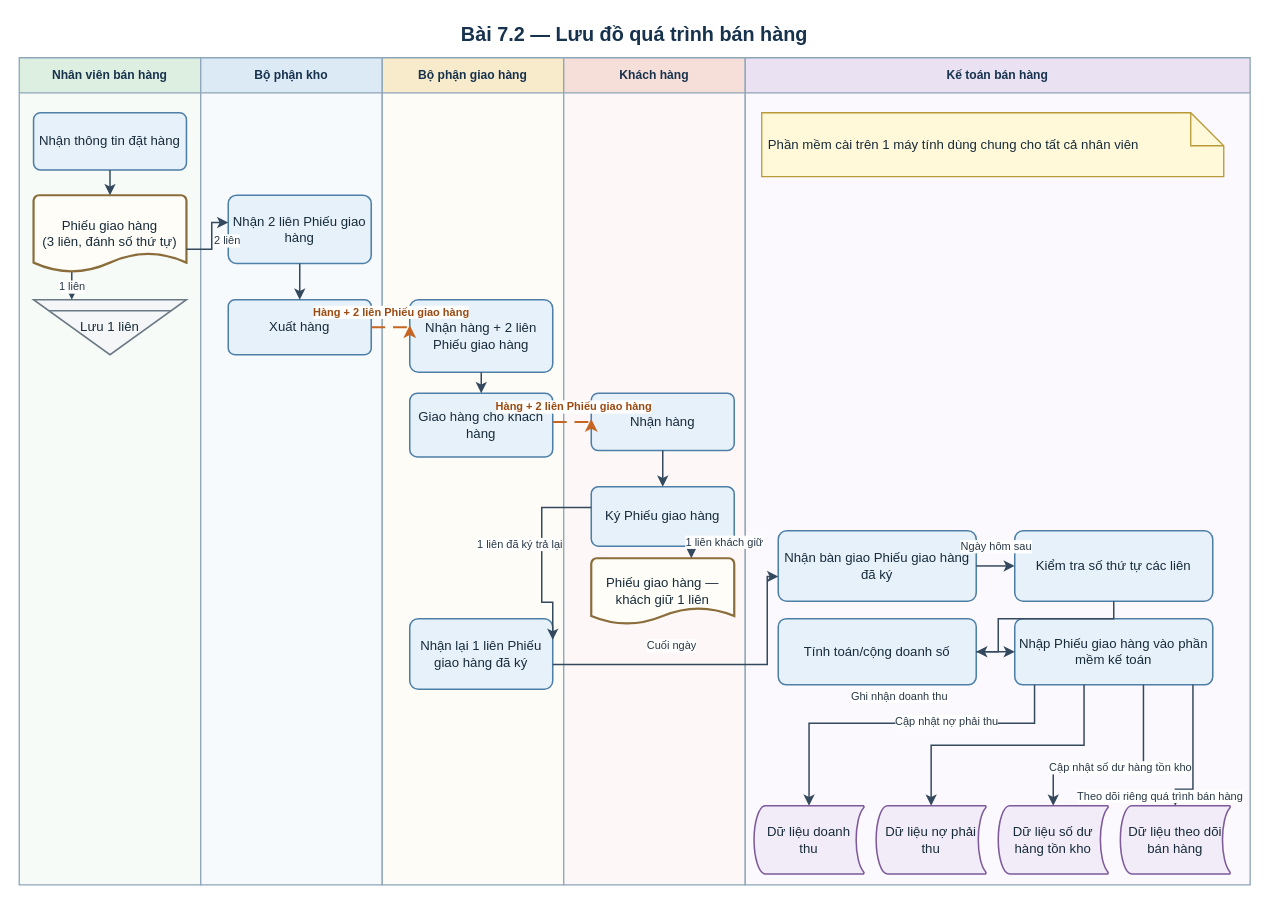
This is assets/drawio/11_sales_flow.drawio from saigonbaddielover/thtrang, a draw.io file, before an edit. Source tidied: cells renumbered, new cells numbered last; positions are measured from the earlier drawing's top-left corner, leaving out a move shared by most shapes. Both pictures are drawn from the tidied source at 110%, with x=0, y=0 at pixel (19, 19).
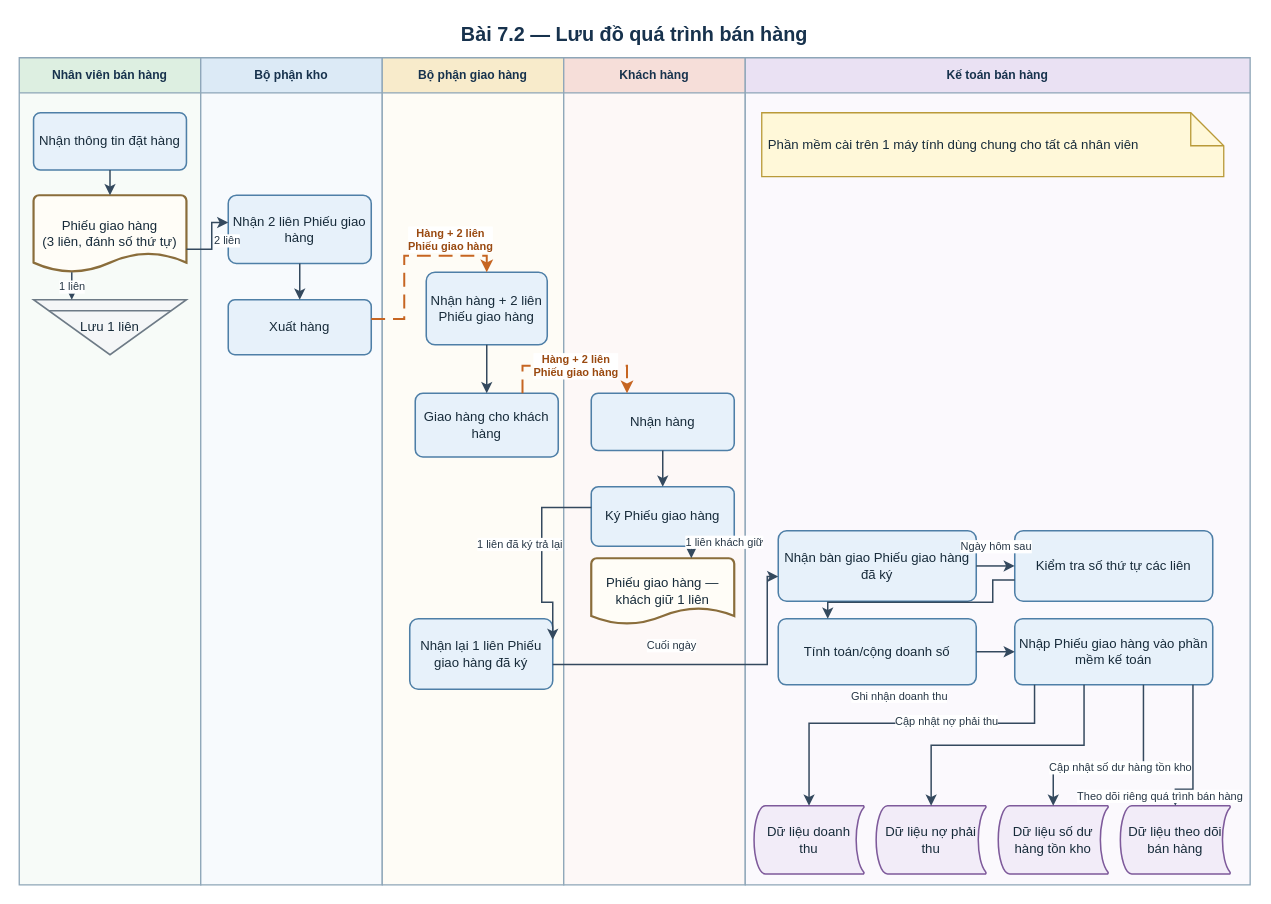
The same page after the edit.

Unchanged cells that the change refers to:
```xml
<mxCell id="5" value="Bộ phận giao hàng" style="swimlane;horizontal=1;startSize=32;html=1;whiteSpace=wrap;fontFamily=Arial;fontSize=11;fontStyle=1;fontColor=#17324D;align=center;verticalAlign=middle;rounded=0;fillColor=#F8EBCB;swimlaneFillColor=#FEFCF6;strokeColor=#8EA6B8;strokeWidth=1.2;" parent="1" vertex="1">
  <mxGeometry x="330" y="35" width="165" height="752" as="geometry" />
</mxCell>
<mxCell id="12" value="Xuất hàng" style="rounded=1;arcSize=12;html=1;whiteSpace=wrap;fontFamily=Arial;align=center;verticalAlign=middle;fontColor=#172B3A; fontSize=11;spacing=5;fillColor=#E7F1FA;strokeColor=#4E7FA7;strokeWidth=1.4;" parent="4" vertex="1">
  <mxGeometry x="25" y="220" width="130" height="50" as="geometry" />
</mxCell>
<mxCell id="16" value="Nhận hàng" style="rounded=1;arcSize=12;html=1;whiteSpace=wrap;fontFamily=Arial;align=center;verticalAlign=middle;fontColor=#172B3A; fontSize=11;spacing=5;fillColor=#E7F1FA;strokeColor=#4E7FA7;strokeWidth=1.4;" parent="6" vertex="1">
  <mxGeometry x="25" y="305" width="130" height="52" as="geometry" />
</mxCell>
<mxCell id="20" value="Kiểm tra số thứ tự các liên" style="rounded=1;arcSize=12;html=1;whiteSpace=wrap;fontFamily=Arial;align=center;verticalAlign=middle;fontColor=#172B3A; fontSize=11;spacing=5;fillColor=#E7F1FA;strokeColor=#4E7FA7;strokeWidth=1.4;" parent="7" vertex="1">
  <mxGeometry x="245" y="430" width="180" height="64" as="geometry" />
</mxCell>
<mxCell id="21" value="Tính toán/cộng doanh số" style="rounded=1;arcSize=12;html=1;whiteSpace=wrap;fontFamily=Arial;align=center;verticalAlign=middle;fontColor=#172B3A; fontSize=11;spacing=5;fillColor=#E7F1FA;strokeColor=#4E7FA7;strokeWidth=1.4;" parent="7" vertex="1">
  <mxGeometry x="30" y="510" width="180" height="60" as="geometry" />
</mxCell>
```

What changed in the source:
```diff
@@
     <mxCell id="13" value="Nhận hàng + 2 liên Phiếu giao hàng" style="rounded=1;arcSize=12;html=1;whiteSpace=wrap;fontFamily=Arial;align=center;verticalAlign=middle;fontColor=#172B3A; fontSize=11;spacing=5;fillColor=#E7F1FA;strokeColor=#4E7FA7;strokeWidth=1.4;" parent="5" vertex="1">
-      <mxGeometry x="25" y="220" width="130" height="66" as="geometry" />
+      <mxGeometry x="40" y="195" width="110" height="66" as="geometry" />
     </mxCell>
     <mxCell id="14" value="Giao hàng cho khách hàng" style="rounded=1;arcSize=12;html=1;whiteSpace=wrap;fontFamily=Arial;align=center;verticalAlign=middle;fontColor=#172B3A; fontSize=11;spacing=5;fillColor=#E7F1FA;strokeColor=#4E7FA7;strokeWidth=1.4;" parent="5" vertex="1">
-      <mxGeometry x="25" y="305" width="130" height="58" as="geometry" />
+      <mxGeometry x="30" y="305" width="130" height="58" as="geometry" />
     </mxCell>
@@
-    <mxCell id="32" value="Hàng + 2 liên Phiếu giao hàng" style="edgeStyle=orthogonalEdgeStyle;rounded=0;jettySize=auto;html=1;fontFamily=Arial;fontSize=10;fontStyle=1;fontColor=#9A4A11;labelBackgroundColor=#FFFFFF;strokeColor=#C66522;strokeWidth=1.8;dashed=1;dashPattern=7 4;endArrow=classic;endFill=1;exitX=1;exitY=0.5;entryX=0;entryY=0.35;" parent="1" edge="1" source="12" target="13">
+    <mxCell id="32" value="Hàng + 2 liên&lt;br&gt;Phiếu giao hàng" style="edgeStyle=orthogonalEdgeStyle;rounded=0;jettySize=auto;html=1;fontFamily=Arial;fontSize=10;fontStyle=1;fontColor=#9A4A11;labelBackgroundColor=#FFFFFF;strokeColor=#C66522;strokeWidth=1.8;dashed=1;dashPattern=7 4;endArrow=classic;endFill=1;exitX=1;exitY=0.35;entryX=0.5;entryY=0;" parent="1" edge="1" source="12" target="13">
       <mxGeometry relative="1" as="geometry">
-        <mxPoint y="-14" as="offset" />
+        <Array as="points">
+          <mxPoint x="350" y="272.5" />
+          <mxPoint x="350" y="215" />
+          <mxPoint x="425" y="215" />
+        </Array>
+        <mxPoint x="40" y="-15" as="offset" />
       </mxGeometry>
     </mxCell>
@@
-    <mxCell id="34" value="Hàng + 2 liên Phiếu giao hàng" style="edgeStyle=orthogonalEdgeStyle;rounded=0;jettySize=auto;html=1;fontFamily=Arial;fontSize=10;fontStyle=1;fontColor=#9A4A11;labelBackgroundColor=#FFFFFF;strokeColor=#C66522;strokeWidth=1.8;dashed=1;dashPattern=7 4;endArrow=classic;endFill=1;exitX=1;exitY=0.45;entryX=0;entryY=0.45;" parent="1" edge="1" source="14" target="16">
+    <mxCell id="34" value="Hàng + 2 liên&lt;br&gt;Phiếu giao hàng" style="edgeStyle=orthogonalEdgeStyle;rounded=0;jettySize=auto;html=1;fontFamily=Arial;fontSize=10;fontStyle=1;fontColor=#9A4A11;labelBackgroundColor=#FFFFFF;strokeColor=#C66522;strokeWidth=1.8;dashed=1;dashPattern=7 4;endArrow=classic;endFill=1;exitX=0.75;exitY=0;entryX=0.25;entryY=0;" parent="1" edge="1" source="14" target="16">
       <mxGeometry relative="1" as="geometry">
-        <mxPoint y="-14" as="offset" />
+        <Array as="points">
+          <mxPoint x="457.5" y="315" />
+          <mxPoint x="552.5" y="315" />
+        </Array>
       </mxGeometry>
     </mxCell>
@@
-    <mxCell id="40" style="edgeStyle=orthogonalEdgeStyle;rounded=0;jettySize=auto;html=1;fontFamily=Arial;fontSize=10;fontColor=#273746;labelBackgroundColor=#FFFFFF;strokeColor=#34495E;strokeWidth=1.35;endArrow=classic;endFill=1;exitX=0.5;exitY=1;entryX=1;entryY=0.5;" parent="1" edge="1" source="20" target="21">
+    <mxCell id="40" style="edgeStyle=orthogonalEdgeStyle;rounded=0;jettySize=auto;html=1;fontFamily=Arial;fontSize=10;fontColor=#273746;labelBackgroundColor=#FFFFFF;strokeColor=#34495E;strokeWidth=1.35;endArrow=classic;endFill=1;exitX=0;exitY=0.7;entryX=0.25;entryY=0;" parent="1" edge="1" source="20" target="21">
       <mxGeometry relative="1" as="geometry">
         <Array as="points">
-          <mxPoint x="995" y="545" />
-          <mxPoint x="890" y="545" />
+          <mxPoint x="885" y="509.8" />
+          <mxPoint x="885" y="530" />
+          <mxPoint x="735" y="530" />
         </Array>
       </mxGeometry>
     </mxCell>
```
